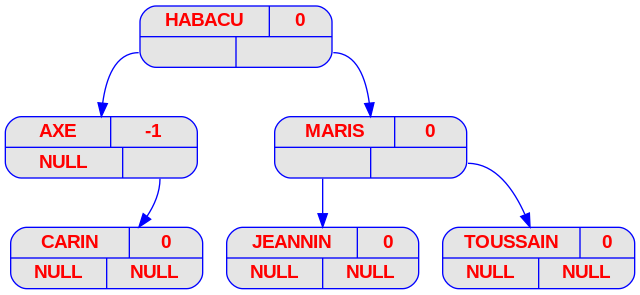
The Graphviz diagram ex1/img/png/prenoms_v05.png in danilorodrigues128/FilRougeAAP, before a commit. Its source is kept beside it as ex1/img/dot/prenoms_v05.dot. Its diagram source:
```dot
digraph prenoms {
	node [
		fontname  = "Arial bold"
		fontsize  = "14"
		fontcolor = "red"
		style     = "rounded, filled"
		shape     = "record"
		fillcolor = "grey90"
		color     = "blue"
		width     = "2"
	]

	edge [
		color     = "blue"
	]

	HABACU [label = "{{<c> HABACU | <b> 0} | { <g> | <d>}}"];
	HABACU:g -> AXE;
	AXE [label = "{{<c> AXE | <b> -1} | { <g> | <d>}}"];
	AXE [label = "{{<c> AXE | <b> -1} | { <g> NULL | <d> }}"];
	AXE:d -> CARIN;
	CARIN [label = "{{<c> CARIN | <b> 0} | { <g> | <d>}}"];
	CARIN [label = "{{<c> CARIN | <b> 0} | { <g> NULL | <d> NULL}}"];
	HABACU:d -> MARIS;
	MARIS [label = "{{<c> MARIS | <b> 0} | { <g> | <d>}}"];
	MARIS:g -> JEANNIN;
	JEANNIN [label = "{{<c> JEANNIN | <b> 0} | { <g> | <d>}}"];
	JEANNIN [label = "{{<c> JEANNIN | <b> 0} | { <g> NULL | <d> NULL}}"];
	MARIS:d -> TOUSSAIN;
	TOUSSAIN [label = "{{<c> TOUSSAIN | <b> 0} | { <g> | <d>}}"];
	TOUSSAIN [label = "{{<c> TOUSSAIN | <b> 0} | { <g> NULL | <d> NULL}}"];
}
```
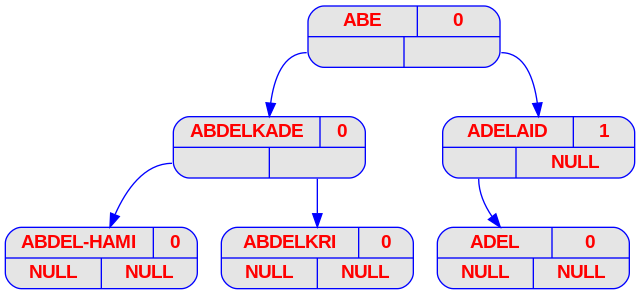
Later version of the same file.

Diff of the diagram source:
```diff
@@ -14,19 +14,19 @@
 		color     = "blue"
 	]
 
-	HABACU [label = "{{<c> HABACU | <b> 0} | { <g> | <d>}}"];
-	HABACU:g -> AXE;
-	AXE [label = "{{<c> AXE | <b> -1} | { <g> | <d>}}"];
-	AXE [label = "{{<c> AXE | <b> -1} | { <g> NULL | <d> }}"];
-	AXE:d -> CARIN;
-	CARIN [label = "{{<c> CARIN | <b> 0} | { <g> | <d>}}"];
-	CARIN [label = "{{<c> CARIN | <b> 0} | { <g> NULL | <d> NULL}}"];
-	HABACU:d -> MARIS;
-	MARIS [label = "{{<c> MARIS | <b> 0} | { <g> | <d>}}"];
-	MARIS:g -> JEANNIN;
-	JEANNIN [label = "{{<c> JEANNIN | <b> 0} | { <g> | <d>}}"];
-	JEANNIN [label = "{{<c> JEANNIN | <b> 0} | { <g> NULL | <d> NULL}}"];
-	MARIS:d -> TOUSSAIN;
-	TOUSSAIN [label = "{{<c> TOUSSAIN | <b> 0} | { <g> | <d>}}"];
-	TOUSSAIN [label = "{{<c> TOUSSAIN | <b> 0} | { <g> NULL | <d> NULL}}"];
+	"ABE" [label = "{{<c> ABE | <b> 0} | { <g> | <d>}}"];
+	"ABE":g -> "ABDELKADE";
+	"ABDELKADE" [label = "{{<c> ABDELKADE | <b> 0} | { <g> | <d>}}"];
+	"ABDELKADE":g -> "ABDEL-HAMI";
+	"ABDEL-HAMI" [label = "{{<c> ABDEL-HAMI | <b> 0} | { <g> | <d>}}"];
+	"ABDEL-HAMI" [label = "{{<c> ABDEL-HAMI | <b> 0} | { <g> NULL | <d> NULL}}"];
+	"ABDELKADE":d -> "ABDELKRI";
+	"ABDELKRI" [label = "{{<c> ABDELKRI | <b> 0} | { <g> | <d>}}"];
+	"ABDELKRI" [label = "{{<c> ABDELKRI | <b> 0} | { <g> NULL | <d> NULL}}"];
+	"ABE":d -> "ADELAID";
+	"ADELAID" [label = "{{<c> ADELAID | <b> 1} | { <g> | <d>}}"];
+	"ADELAID" [label = "{{<c> ADELAID | <b> 1} | { <g> | <d> NULL}}"];
+	"ADELAID":g -> "ADEL";
+	"ADEL" [label = "{{<c> ADEL | <b> 0} | { <g> | <d>}}"];
+	"ADEL" [label = "{{<c> ADEL | <b> 0} | { <g> NULL | <d> NULL}}"];
 }
```
